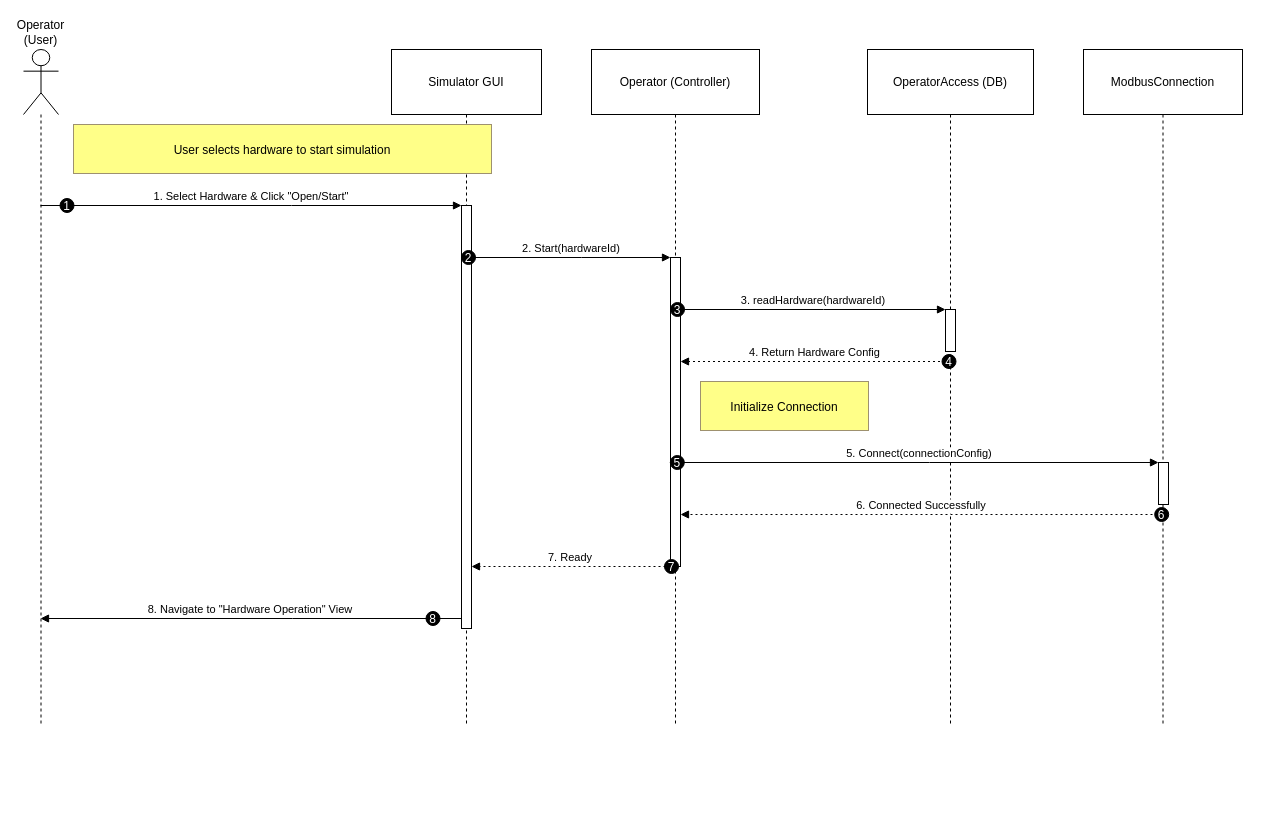
Before: page "User_Hardware_Choose_Usecase" (2 of 8) of Usecase1.drawio in EliyaMalka/Drawio, a draw.io diagram. Source tidied: cells renumbered, new cells numbered last; positions are measured from the earlier drawing's top-left corner, leaving out a move shared by most shapes. Both pictures are drawn from the tidied source at 100%, with x=0, y=0 at pixel (23, 49).
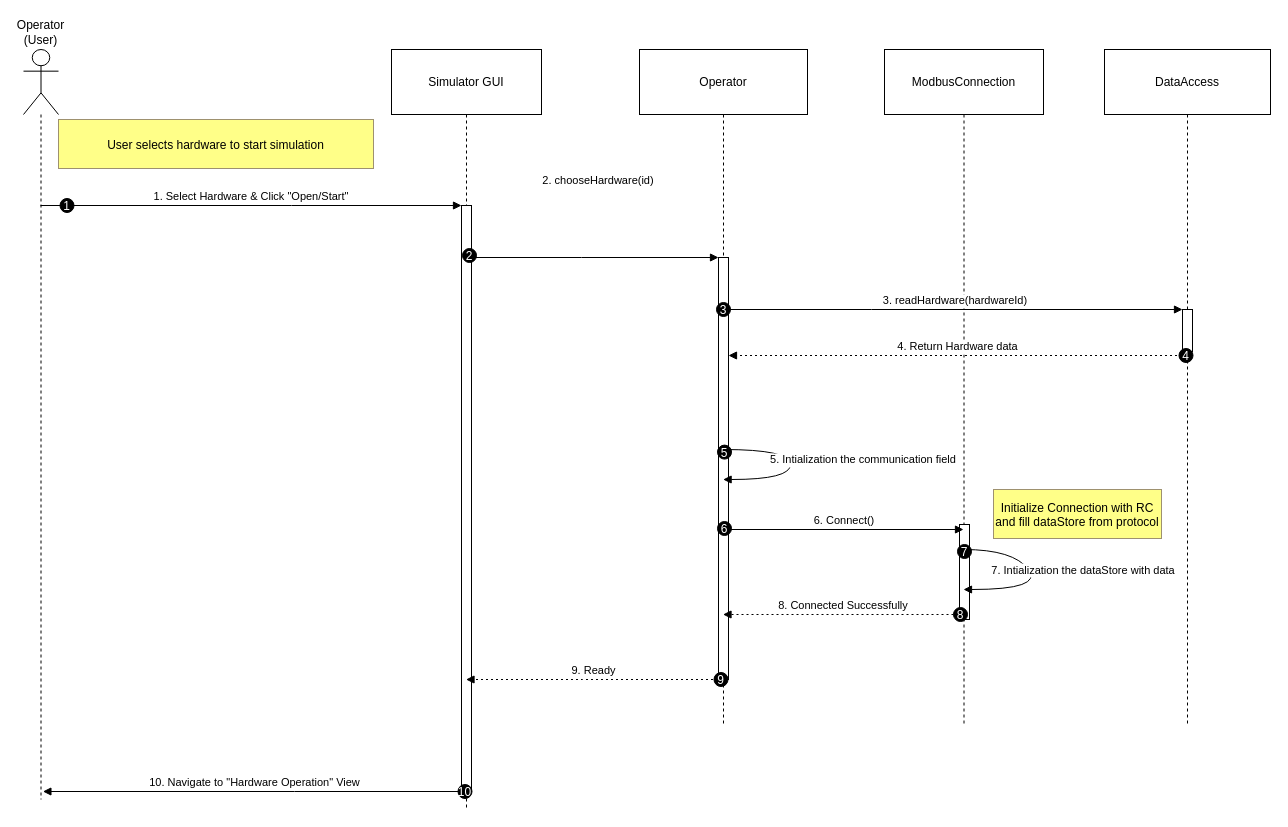
The same diagram, later.

The change refers to these unchanged cells:
```xml
<mxCell id="8" style="points=[];perimeter=orthogonalPerimeter;outlineConnect=0;targetShapes=umlLifeline;portConstraint=eastwest;newEdgeStyle={&quot;edgeStyle&quot;:&quot;elbowEdgeStyle&quot;,&quot;elbow&quot;:&quot;vertical&quot;,&quot;curved&quot;:0,&quot;rounded&quot;:0};" parent="7" vertex="1">
  <mxGeometry x="78" y="260" width="10" height="42" as="geometry" />
</mxCell>
```

The edit, as a diff of the source:
```diff
@@
     <mxCell id="2" value="Operator (User)" style="shape=umlLifeline;perimeter=lifelinePerimeter;whiteSpace=wrap;outlineConnect=0;portConstraint=eastwest;newEdgeStyle={&quot;edgeStyle&quot;:&quot;elbowEdgeStyle&quot;,&quot;elbow&quot;:&quot;vertical&quot;,&quot;curved&quot;:0,&quot;rounded&quot;:0};participant=umlActor;verticalAlign=bottom;labelPosition=center;verticalLabelPosition=top;align=center;size=65;" parent="1" vertex="1">
-      <mxGeometry width="35" height="674" as="geometry" />
+      <mxGeometry width="35" height="750" as="geometry" />
     </mxCell>
     <mxCell id="3" value="Simulator GUI" style="shape=umlLifeline;perimeter=lifelinePerimeter;whiteSpace=wrap;outlineConnect=0;portConstraint=eastwest;newEdgeStyle={&quot;edgeStyle&quot;:&quot;elbowEdgeStyle&quot;,&quot;elbow&quot;:&quot;vertical&quot;,&quot;curved&quot;:0,&quot;rounded&quot;:0};size=65;" parent="1" vertex="1">
-      <mxGeometry x="368" width="150" height="674" as="geometry" />
+      <mxGeometry x="368" width="150" height="760" as="geometry" />
     </mxCell>
     <mxCell id="4" style="points=[];perimeter=orthogonalPerimeter;outlineConnect=0;targetShapes=umlLifeline;portConstraint=eastwest;newEdgeStyle={&quot;edgeStyle&quot;:&quot;elbowEdgeStyle&quot;,&quot;elbow&quot;:&quot;vertical&quot;,&quot;curved&quot;:0,&quot;rounded&quot;:0};" parent="3" vertex="1">
-      <mxGeometry x="70" y="156" width="10" height="423" as="geometry" />
+      <mxGeometry x="70" y="156" width="10" height="584" as="geometry" />
     </mxCell>
-    <mxCell id="5" value="Operator (Controller)" style="shape=umlLifeline;perimeter=lifelinePerimeter;whiteSpace=wrap;outlineConnect=0;portConstraint=eastwest;newEdgeStyle={&quot;edgeStyle&quot;:&quot;elbowEdgeStyle&quot;,&quot;elbow&quot;:&quot;vertical&quot;,&quot;curved&quot;:0,&quot;rounded&quot;:0};size=65;" parent="1" vertex="1">
-      <mxGeometry x="568" width="168" height="674" as="geometry" />
+    <mxCell id="5" value="Operator" style="shape=umlLifeline;perimeter=lifelinePerimeter;whiteSpace=wrap;outlineConnect=0;portConstraint=eastwest;newEdgeStyle={&quot;edgeStyle&quot;:&quot;elbowEdgeStyle&quot;,&quot;elbow&quot;:&quot;vertical&quot;,&quot;curved&quot;:0,&quot;rounded&quot;:0};size=65;" parent="1" vertex="1">
+      <mxGeometry x="616" width="168" height="674" as="geometry" />
     </mxCell>
     <mxCell id="6" style="points=[];perimeter=orthogonalPerimeter;outlineConnect=0;targetShapes=umlLifeline;portConstraint=eastwest;newEdgeStyle={&quot;edgeStyle&quot;:&quot;elbowEdgeStyle&quot;,&quot;elbow&quot;:&quot;vertical&quot;,&quot;curved&quot;:0,&quot;rounded&quot;:0};" parent="5" vertex="1">
-      <mxGeometry x="79" y="208" width="10" height="309" as="geometry" />
+      <mxGeometry x="79" y="208" width="10" height="422" as="geometry" />
     </mxCell>
-    <mxCell id="7" value="OperatorAccess (DB)" style="shape=umlLifeline;perimeter=lifelinePerimeter;whiteSpace=wrap;outlineConnect=0;portConstraint=eastwest;newEdgeStyle={&quot;edgeStyle&quot;:&quot;elbowEdgeStyle&quot;,&quot;elbow&quot;:&quot;vertical&quot;,&quot;curved&quot;:0,&quot;rounded&quot;:0};size=65;" parent="1" vertex="1">
-      <mxGeometry x="844" width="166" height="674" as="geometry" />
+    <mxCell id="7" value="DataAccess" style="shape=umlLifeline;perimeter=lifelinePerimeter;whiteSpace=wrap;outlineConnect=0;portConstraint=eastwest;newEdgeStyle={&quot;edgeStyle&quot;:&quot;elbowEdgeStyle&quot;,&quot;elbow&quot;:&quot;vertical&quot;,&quot;curved&quot;:0,&quot;rounded&quot;:0};size=65;" parent="1" vertex="1">
+      <mxGeometry x="1081" width="166" height="674" as="geometry" />
     </mxCell>
@@
     <mxCell id="9" value="ModbusConnection" style="shape=umlLifeline;perimeter=lifelinePerimeter;whiteSpace=wrap;outlineConnect=0;portConstraint=eastwest;newEdgeStyle={&quot;edgeStyle&quot;:&quot;elbowEdgeStyle&quot;,&quot;elbow&quot;:&quot;vertical&quot;,&quot;curved&quot;:0,&quot;rounded&quot;:0};size=65;" parent="1" vertex="1">
-      <mxGeometry x="1060" width="159" height="674" as="geometry" />
+      <mxGeometry x="861" width="159" height="674" as="geometry" />
     </mxCell>
     <mxCell id="10" style="points=[];perimeter=orthogonalPerimeter;outlineConnect=0;targetShapes=umlLifeline;portConstraint=eastwest;newEdgeStyle={&quot;edgeStyle&quot;:&quot;elbowEdgeStyle&quot;,&quot;elbow&quot;:&quot;vertical&quot;,&quot;curved&quot;:0,&quot;rounded&quot;:0};" parent="9" vertex="1">
-      <mxGeometry x="75" y="413" width="10" height="42" as="geometry" />
+      <mxGeometry x="75" y="475" width="10" height="95" as="geometry" />
     </mxCell>
@@
-    <mxCell id="13" value="2. Start(hardwareId)" style="verticalAlign=bottom;edgeStyle=elbowEdgeStyle;elbow=vertical;curved=0;rounded=0;endArrow=block;" parent="1" edge="1" source="4" target="6">
-      <mxGeometry relative="1" as="geometry">
+    <mxCell id="13" value="2. chooseHardware(id)" style="verticalAlign=bottom;edgeStyle=elbowEdgeStyle;elbow=vertical;curved=0;rounded=0;endArrow=block;" parent="1" edge="1" source="4" target="6">
+      <mxGeometry x="0.03" y="68" relative="1" as="geometry">
         <Array as="points">
           <mxPoint x="558" y="208" />
         </Array>
       </mxGeometry>
     </mxCell>
     <mxCell id="14" value="2" style="ellipse;fillColor=#000000;align=center;fontColor=#FFFFFF;" parent="13" vertex="1">
       <mxGeometry width="14" height="14" relative="1" as="geometry">
-        <mxPoint x="-110" y="-7" as="offset" />
+        <mxPoint x="-133" y="-9" as="offset" />
       </mxGeometry>
     </mxCell>
     <mxCell id="15" value="3. readHardware(hardwareId)" style="verticalAlign=bottom;edgeStyle=elbowEdgeStyle;elbow=vertical;curved=0;rounded=0;endArrow=block;" parent="1" edge="1" source="6" target="8">
       <mxGeometry relative="1" as="geometry">
         <Array as="points">
-          <mxPoint x="800" y="260" />
+          <mxPoint x="848" y="260" />
         </Array>
       </mxGeometry>
     </mxCell>
     <mxCell id="16" value="3" style="ellipse;fillColor=#000000;align=center;fontColor=#FFFFFF;" parent="15" vertex="1">
       <mxGeometry width="14" height="14" relative="1" as="geometry">
-        <mxPoint x="-143" y="-7" as="offset" />
+        <mxPoint x="-239" y="-7" as="offset" />
       </mxGeometry>
     </mxCell>
-    <mxCell id="17" value="4. Return Hardware Config" style="verticalAlign=bottom;edgeStyle=elbowEdgeStyle;elbow=vertical;curved=0;rounded=0;dashed=1;dashPattern=2 3;endArrow=block;" parent="1" edge="1" source="7" target="6">
+    <mxCell id="17" value="4. Return Hardware data" style="verticalAlign=bottom;edgeStyle=elbowEdgeStyle;elbow=vertical;curved=0;rounded=0;dashed=1;dashPattern=2 3;endArrow=block;" parent="1" edge="1" source="7">
       <mxGeometry relative="1" as="geometry">
+        <mxPoint x="705" y="306" as="targetPoint" />
         <Array as="points">
-          <mxPoint x="801" y="312" />
+          <mxPoint x="849" y="306" />
         </Array>
       </mxGeometry>
     </mxCell>
     <mxCell id="18" value="4" style="ellipse;fillColor=#000000;align=center;fontColor=#FFFFFF;" parent="17" vertex="1">
       <mxGeometry width="14" height="14" relative="1" as="geometry">
-        <mxPoint x="127" y="-7" as="offset" />
+        <mxPoint x="221" y="-7" as="offset" />
       </mxGeometry>
     </mxCell>
-    <mxCell id="19" value="5. Connect(connectionConfig)" style="verticalAlign=bottom;edgeStyle=elbowEdgeStyle;elbow=vertical;curved=0;rounded=0;endArrow=block;" parent="1" edge="1" source="6" target="10">
+    <mxCell id="19" value="6. Connect()" style="verticalAlign=bottom;edgeStyle=elbowEdgeStyle;elbow=vertical;curved=0;rounded=0;endArrow=block;" parent="1" edge="1" target="9">
       <mxGeometry relative="1" as="geometry">
+        <mxPoint x="705" y="484" as="sourcePoint" />
         <Array as="points">
-          <mxPoint x="906" y="413" />
+          <mxPoint x="920" y="480" />
         </Array>
       </mxGeometry>
     </mxCell>
-    <mxCell id="20" value="5" style="ellipse;fillColor=#000000;align=center;fontColor=#FFFFFF;" parent="19" vertex="1">
+    <mxCell id="20" value="6" style="ellipse;fillColor=#000000;align=center;fontColor=#FFFFFF;" parent="19" vertex="1">
       <mxGeometry width="14" height="14" relative="1" as="geometry">
-        <mxPoint x="-249.2" y="-7" as="offset" />
+        <mxPoint x="-127" y="-8" as="offset" />
       </mxGeometry>
     </mxCell>
-    <mxCell id="21" value="6. Connected Successfully" style="verticalAlign=bottom;edgeStyle=elbowEdgeStyle;elbow=vertical;curved=0;rounded=0;dashed=1;dashPattern=2 3;endArrow=block;" parent="1" edge="1" source="9" target="6">
+    <mxCell id="21" value="8. Connected Successfully" style="verticalAlign=bottom;edgeStyle=elbowEdgeStyle;elbow=vertical;curved=0;rounded=0;dashed=1;dashPattern=2 3;endArrow=block;" parent="1" edge="1">
       <mxGeometry relative="1" as="geometry">
-        <Array as="points">
-          <mxPoint x="907" y="465" />
-        </Array>
+        <mxPoint x="940" y="565" as="sourcePoint" />
+        <mxPoint x="699.5" y="565" as="targetPoint" />
       </mxGeometry>
     </mxCell>
-    <mxCell id="22" value="6" style="ellipse;fillColor=#000000;align=center;fontColor=#FFFFFF;" parent="21" vertex="1">
+    <mxCell id="22" value="8" style="ellipse;fillColor=#000000;align=center;fontColor=#FFFFFF;" parent="21" vertex="1">
       <mxGeometry width="14" height="14" relative="1" as="geometry">
-        <mxPoint x="233.2" y="-7" as="offset" />
+        <mxPoint x="110" y="-7" as="offset" />
       </mxGeometry>
     </mxCell>
-    <mxCell id="23" value="7. Ready" style="verticalAlign=bottom;edgeStyle=elbowEdgeStyle;elbow=vertical;curved=0;rounded=0;dashed=1;dashPattern=2 3;endArrow=block;" parent="1" edge="1" source="6" target="4">
+    <mxCell id="23" value="9. Ready" style="verticalAlign=bottom;edgeStyle=elbowEdgeStyle;elbow=vertical;curved=0;rounded=0;dashed=1;dashPattern=2 3;endArrow=block;" parent="1" edge="1" source="5" target="3">
       <mxGeometry relative="1" as="geometry">
         <Array as="points">
-          <mxPoint x="559" y="517" />
+          <mxPoint x="559" y="630" />
         </Array>
       </mxGeometry>
     </mxCell>
-    <mxCell id="24" value="7" style="ellipse;fillColor=#000000;align=center;fontColor=#FFFFFF;" parent="23" vertex="1">
+    <mxCell id="24" value="9" style="ellipse;fillColor=#000000;align=center;fontColor=#FFFFFF;" parent="23" vertex="1">
       <mxGeometry width="14" height="14" relative="1" as="geometry">
-        <mxPoint x="94" y="-7" as="offset" />
+        <mxPoint x="120" y="-7" as="offset" />
       </mxGeometry>
     </mxCell>
-    <mxCell id="25" value="8. Navigate to &quot;Hardware Operation&quot; View" style="verticalAlign=bottom;edgeStyle=elbowEdgeStyle;elbow=vertical;curved=0;rounded=0;endArrow=block;" parent="1" edge="1" source="4" target="2">
+    <mxCell id="25" value="10. Navigate to &quot;Hardware Operation&quot; View" style="verticalAlign=bottom;edgeStyle=elbowEdgeStyle;elbow=vertical;curved=0;rounded=0;endArrow=block;" parent="1" edge="1">
       <mxGeometry relative="1" as="geometry">
+        <mxPoint x="444.5" y="742" as="sourcePoint" />
+        <mxPoint x="19.4" y="742" as="targetPoint" />
         <Array as="points">
-          <mxPoint x="269" y="569" />
+          <mxPoint x="271" y="742" />
         </Array>
       </mxGeometry>
     </mxCell>
-    <mxCell id="26" value="8" style="ellipse;fillColor=#000000;align=center;fontColor=#FFFFFF;" parent="25" vertex="1">
+    <mxCell id="26" value="10" style="ellipse;fillColor=#000000;align=center;fontColor=#FFFFFF;" parent="25" vertex="1">
       <mxGeometry width="14" height="14" relative="1" as="geometry">
-        <mxPoint x="175.5" y="-7" as="offset" />
+        <mxPoint x="203" y="-7" as="offset" />
       </mxGeometry>
     </mxCell>
     <mxCell id="27" value="User selects hardware to start simulation" style="fillColor=#ffff88;strokeColor=#9E916F;" parent="1" vertex="1">
-      <mxGeometry x="50" y="75" width="418" height="49" as="geometry" />
+      <mxGeometry x="35" y="70" width="315" height="49" as="geometry" />
     </mxCell>
-    <mxCell id="28" value="Initialize Connection" style="fillColor=#ffff88;strokeColor=#9E916F;" parent="1" vertex="1">
-      <mxGeometry x="677" y="332" width="168" height="49" as="geometry" />
-    </mxCell>
+    <mxCell id="29" value="5. Intialization the communication field" style="curved=1;endArrow=block;rounded=0;labelBackgroundColor=#FFFFFF;" parent="1" edge="1">
+      <mxGeometry x="-0.06" y="73" relative="1" as="geometry">
+        <mxPoint x="699.6" y="400" as="sourcePoint" />
+        <mxPoint x="699.6" y="430" as="targetPoint" />
+        <Array as="points">
+          <mxPoint x="767" y="400" />
+          <mxPoint x="767" y="430" />
+        </Array>
+      </mxGeometry>
+    </mxCell>
+    <mxCell id="30" value="5" style="ellipse;fillColor=#000000;align=center;fontColor=#FFFFFF;" parent="29" vertex="1">
+      <mxGeometry width="14" height="14" relative="1" as="geometry">
+        <mxPoint x="-73" y="-19" as="offset" />
+      </mxGeometry>
+    </mxCell>
+    <mxCell id="31" value="7. Intialization the dataStore with data" style="curved=1;endArrow=block;rounded=0;labelBackgroundColor=#FFFFFF;" parent="1" edge="1" source="9" target="9">
+      <mxGeometry x="0.11" y="-45" relative="1" as="geometry">
+        <Array as="points">
+          <mxPoint x="990" y="500" />
+          <mxPoint x="1020" y="540" />
+        </Array>
+        <mxPoint x="40" y="25" as="offset" />
+      </mxGeometry>
+    </mxCell>
+    <mxCell id="32" value="7" style="ellipse;fillColor=#000000;align=center;fontColor=#FFFFFF;" parent="31" vertex="1">
+      <mxGeometry width="14" height="14" relative="1" as="geometry">
+        <mxPoint x="-80" y="-37" as="offset" />
+      </mxGeometry>
+    </mxCell>
+    <mxCell id="33" value="Initialize Connection with RC&#10;and fill dataStore from protocol" style="fillColor=#ffff88;strokeColor=#9E916F;" parent="1" vertex="1">
+      <mxGeometry x="970" y="440" width="168" height="49" as="geometry" />
+    </mxCell>
```
